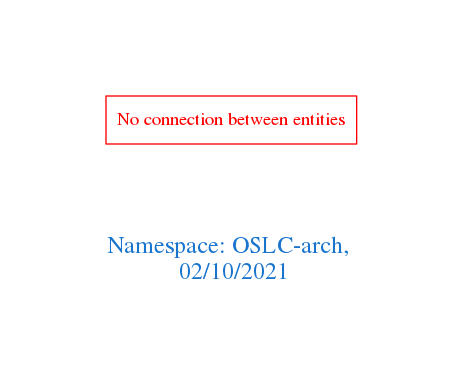
The Graphviz diagram downloads/OSLC-arch.png in arago/OGIT, before a commit. Its source is kept beside it as downloads/OSLC-arch.dot.
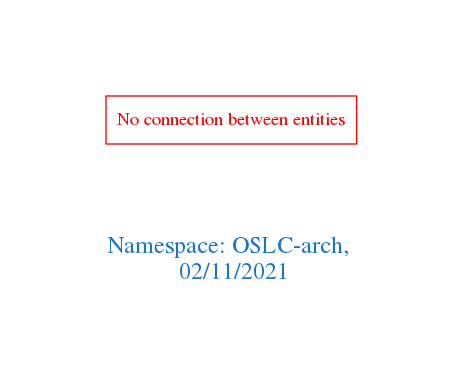
The same diagram one commit later.

Change to the diagram source:
```diff
@@ -1,7 +1,7 @@
 digraph OGIT_ontology {
  graph [ rankdir= LR,pad=1
 fontsize = 18,
-fontcolor= dodgerblue3,label = "\n\n\nNamespace: OSLC-arch, \n 02/10/2021"];
+fontcolor= dodgerblue3,label = "\n\n\nNamespace: OSLC-arch, \n 02/11/2021"];
 node[shape=polygon];
 edge [  color="gray81"];
 
```
